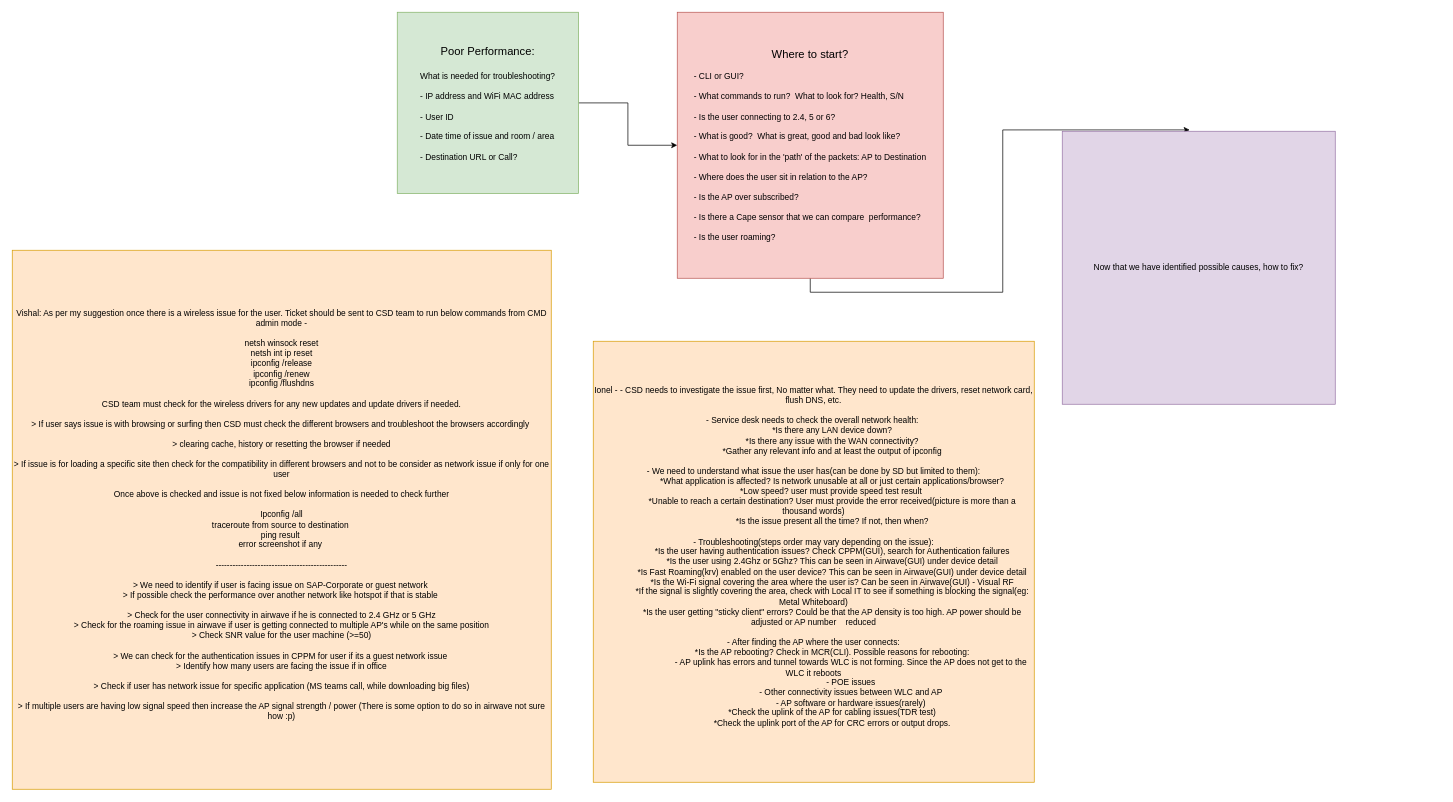
Earlier version of the draw.io diagram WLAN - Poor Performance.drawio (Lost-Ones/Draw.io). Source tidied: cells renumbered, new cells numbered last; positions are measured from the earlier drawing's top-left corner, leaving out a move shared by most shapes. Both pictures are drawn from the tidied source at 70%, with x=0, y=0 at pixel (12, 12).
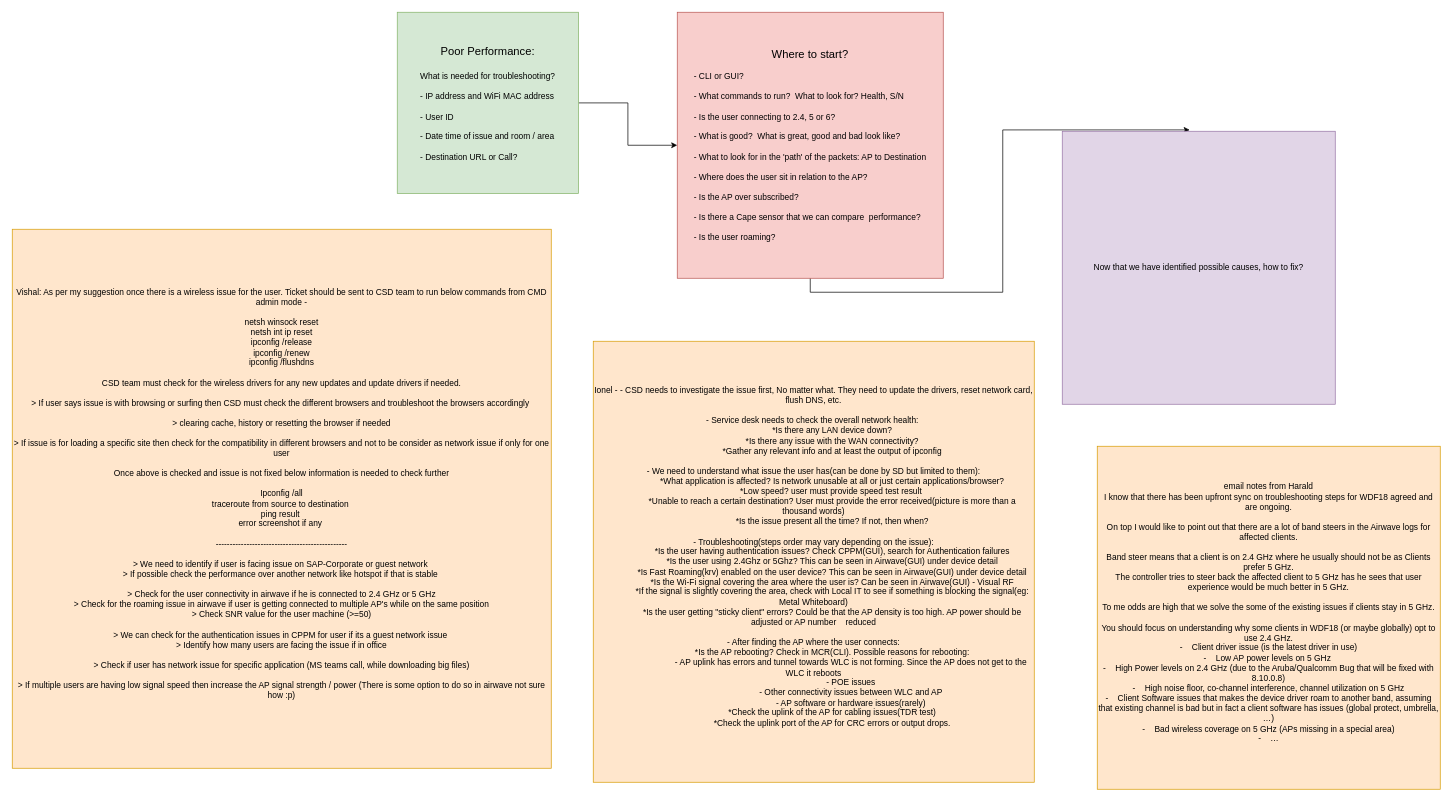
The same diagram, later.

Diff of the diagram source:
```diff
@@
 <mxGraphModel>
   <root>
     <mxCell id="0" />
     <mxCell id="1" parent="0" />
     <mxCell id="2" style="edgeStyle=orthogonalEdgeStyle;rounded=0;jettySize=auto;html=1;exitX=1;exitY=0.5;exitDx=0;exitDy=0;" parent="1" edge="1" source="3" target="5">
       <mxGeometry relative="1" as="geometry" />
     </mxCell>
     <mxCell id="3" value="&lt;font style=&quot;font-size: 16px;&quot;&gt;Poor Performance:&lt;br&gt;&lt;br&gt;&lt;/font&gt;What is needed for troubleshooting?&lt;br&gt;&lt;br&gt;&lt;div style=&quot;text-align: left;&quot;&gt;&lt;span style=&quot;background-color: initial;&quot;&gt;- IP address and WiFi MAC address&lt;/span&gt;&lt;/div&gt;&lt;div style=&quot;text-align: left;&quot;&gt;&lt;span style=&quot;background-color: initial;&quot;&gt;&lt;br&gt;&lt;/span&gt;&lt;/div&gt;&lt;div style=&quot;text-align: left;&quot;&gt;&lt;span style=&quot;background-color: initial;&quot;&gt;- User ID&lt;/span&gt;&lt;/div&gt;&lt;div style=&quot;text-align: left;&quot;&gt;&lt;span style=&quot;background-color: initial;&quot;&gt;&lt;br&gt;&lt;/span&gt;&lt;/div&gt;&lt;div style=&quot;text-align: left;&quot;&gt;&lt;span style=&quot;background-color: initial;&quot;&gt;- Date time of issue and room / area&lt;/span&gt;&lt;/div&gt;&lt;div style=&quot;text-align: left;&quot;&gt;&lt;span style=&quot;background-color: initial;&quot;&gt;&lt;br&gt;&lt;/span&gt;&lt;/div&gt;&lt;div style=&quot;text-align: left;&quot;&gt;&lt;span style=&quot;background-color: initial;&quot;&gt;- Destination URL or Call?&lt;/span&gt;&lt;/div&gt;" style="whiteSpace=wrap;html=1;fillColor=#d5e8d4;strokeColor=#82b366;" parent="1" vertex="1">
       <mxGeometry x="550" width="259" height="259" as="geometry" />
     </mxCell>
     <mxCell id="4" style="edgeStyle=orthogonalEdgeStyle;rounded=0;jettySize=auto;html=1;exitX=0.5;exitY=1;exitDx=0;exitDy=0;entryX=0.467;entryY=-0.005;entryDx=0;entryDy=0;entryPerimeter=0;" parent="1" edge="1" source="5" target="6">
       <mxGeometry relative="1" as="geometry" />
     </mxCell>
     <mxCell id="5" value="&lt;font style=&quot;font-size: 16px;&quot;&gt;Where to start? &lt;br&gt;&lt;/font&gt;&lt;br&gt;&lt;div style=&quot;text-align: left;&quot;&gt;&lt;span style=&quot;background-color: initial;&quot;&gt;- CLI or GUI?&lt;/span&gt;&lt;/div&gt;&lt;div style=&quot;text-align: left;&quot;&gt;&lt;span style=&quot;background-color: initial;&quot;&gt;&lt;br&gt;&lt;/span&gt;&lt;/div&gt;&lt;div style=&quot;text-align: left;&quot;&gt;&lt;span style=&quot;background-color: initial;&quot;&gt;- What commands to run?&amp;nbsp; What to look for? Health, S/N&lt;/span&gt;&lt;/div&gt;&lt;div style=&quot;text-align: left;&quot;&gt;&lt;span style=&quot;background-color: initial;&quot;&gt;&lt;br&gt;&lt;/span&gt;&lt;/div&gt;&lt;div style=&quot;text-align: left;&quot;&gt;&lt;span style=&quot;background-color: initial;&quot;&gt;- Is the user connecting to 2.4, 5 or 6?&amp;nbsp;&lt;/span&gt;&lt;/div&gt;&lt;div style=&quot;text-align: left;&quot;&gt;&lt;br&gt;&lt;/div&gt;&lt;div style=&quot;text-align: left;&quot;&gt;&lt;span style=&quot;background-color: initial;&quot;&gt;- What is good?&amp;nbsp; What is great, good and bad look like?&lt;/span&gt;&lt;/div&gt;&lt;div style=&quot;text-align: left;&quot;&gt;&lt;br&gt;&lt;/div&gt;&lt;div style=&quot;text-align: left;&quot;&gt;&lt;span style=&quot;background-color: initial;&quot;&gt;- What to look for in the 'path' of the packets: AP to Destination&lt;/span&gt;&lt;/div&gt;&lt;div style=&quot;text-align: left;&quot;&gt;&lt;span style=&quot;background-color: initial;&quot;&gt;&lt;br&gt;&lt;/span&gt;&lt;/div&gt;&lt;div style=&quot;text-align: left;&quot;&gt;&lt;span style=&quot;background-color: initial;&quot;&gt;- Where does the user sit in relation to the AP?&lt;/span&gt;&lt;/div&gt;&lt;div style=&quot;text-align: left;&quot;&gt;&lt;span style=&quot;background-color: initial;&quot;&gt;&lt;br&gt;&lt;/span&gt;&lt;/div&gt;&lt;div style=&quot;text-align: left;&quot;&gt;&lt;span style=&quot;background-color: initial;&quot;&gt;- Is the AP over subscribed?&lt;/span&gt;&lt;/div&gt;&lt;div style=&quot;text-align: left;&quot;&gt;&lt;span style=&quot;background-color: initial;&quot;&gt;&lt;br&gt;&lt;/span&gt;&lt;/div&gt;&lt;div style=&quot;text-align: left;&quot;&gt;&lt;span style=&quot;background-color: initial;&quot;&gt;- Is there a Cape sensor that we can compare&amp;nbsp; performance?&lt;/span&gt;&lt;/div&gt;&lt;div style=&quot;text-align: left;&quot;&gt;&lt;span style=&quot;background-color: initial;&quot;&gt;&lt;br&gt;&lt;/span&gt;&lt;/div&gt;&lt;div style=&quot;text-align: left;&quot;&gt;&lt;span style=&quot;background-color: initial;&quot;&gt;- Is the user roaming?&lt;/span&gt;&lt;/div&gt;" style="whiteSpace=wrap;html=1;fillColor=#f8cecc;strokeColor=#b85450;" parent="1" vertex="1">
       <mxGeometry x="950" width="380" height="380" as="geometry" />
     </mxCell>
     <mxCell id="6" value="Now that we have identified possible causes, how to fix?" style="whiteSpace=wrap;html=1;fillColor=#e1d5e7;strokeColor=#9673a6;" parent="1" vertex="1">
       <mxGeometry x="1500" y="170" width="390" height="390" as="geometry" />
     </mxCell>
     <mxCell id="7" value="&lt;div&gt;Vishal: As per my suggestion once there is a wireless issue for the user. Ticket should be sent to CSD team to run below commands from CMD admin mode -&lt;/div&gt;&lt;div&gt;&lt;br&gt;&lt;/div&gt;&lt;div&gt;netsh winsock reset&lt;/div&gt;&lt;div&gt;netsh int ip reset&lt;/div&gt;&lt;div&gt;ipconfig /release&lt;/div&gt;&lt;div&gt;ipconfig /renew&lt;/div&gt;&lt;div&gt;ipconfig /flushdns&lt;/div&gt;&lt;div&gt;&lt;br&gt;&lt;/div&gt;&lt;div&gt;CSD team must check for the wireless drivers for any new updates and update drivers if needed.&lt;/div&gt;&lt;div&gt;&lt;br&gt;&lt;/div&gt;&lt;div&gt;&amp;gt; If user says issue is with browsing or surfing then CSD must check the different browsers and troubleshoot the browsers accordingly&amp;nbsp;&lt;/div&gt;&lt;div&gt;&lt;br&gt;&lt;/div&gt;&lt;div&gt;&amp;gt; clearing cache, history or resetting the browser if needed&lt;/div&gt;&lt;div&gt;&lt;br&gt;&lt;/div&gt;&lt;div&gt;&amp;gt; If issue is for loading a specific site then check for the compatibility in different browsers and not to be consider as network issue if only for one user&lt;/div&gt;&lt;div&gt;&lt;br&gt;&lt;/div&gt;&lt;div&gt;Once above is checked and issue is not fixed below information is needed to check further&lt;/div&gt;&lt;div&gt;&lt;br&gt;&lt;/div&gt;&lt;div&gt;Ipconfig /all&lt;/div&gt;&lt;div&gt;traceroute from source to destination&amp;nbsp;&lt;/div&gt;&lt;div&gt;ping result&amp;nbsp;&lt;/div&gt;&lt;div&gt;error screenshot if any&amp;nbsp;&lt;/div&gt;&lt;div&gt;&lt;br&gt;&lt;/div&gt;&lt;div&gt;-----------------------------------------------&lt;/div&gt;&lt;div&gt;&lt;br&gt;&lt;/div&gt;&lt;div&gt;&amp;gt; We need to identify if user is facing issue on SAP-Corporate or guest network&amp;nbsp;&lt;/div&gt;&lt;div&gt;&amp;gt; If possible check the performance over another network like hotspot if that is stable&amp;nbsp;&lt;/div&gt;&lt;div&gt;&lt;br&gt;&lt;/div&gt;&lt;div&gt;&amp;gt; Check for the user connectivity in airwave if he is connected to 2.4 GHz or 5 GHz&lt;/div&gt;&lt;div&gt;&amp;gt; Check for the roaming issue in airwave if user is getting connected to multiple AP's while on the same position&lt;/div&gt;&lt;div&gt;&amp;gt; Check SNR value for the user machine (&amp;gt;=50)&lt;/div&gt;&lt;div&gt;&lt;br&gt;&lt;/div&gt;&lt;div&gt;&amp;gt; We can check for the authentication issues in CPPM for user if its a guest network issue&amp;nbsp;&lt;/div&gt;&lt;div&gt;&amp;gt; Identify how many users are facing the issue if in office&lt;/div&gt;&lt;div&gt;&lt;br&gt;&lt;/div&gt;&lt;div&gt;&amp;gt; Check if user has network issue for specific application (MS teams call, while downloading big files)&lt;/div&gt;&lt;div&gt;&lt;br&gt;&lt;/div&gt;&lt;div&gt;&amp;gt; If multiple users are having low signal speed then increase the AP signal strength / power (There is some option to do so in airwave not sure how :p)&lt;/div&gt;&lt;div&gt;&lt;br&gt;&lt;/div&gt;" style="whiteSpace=wrap;html=1;fillColor=#ffe6cc;strokeColor=#d79b00;" parent="1" vertex="1">
-      <mxGeometry y="340" width="770" height="770" as="geometry" />
+      <mxGeometry y="310" width="770" height="770" as="geometry" />
     </mxCell>
     <mxCell id="8" value="Ionel -&amp;nbsp;- CSD needs to investigate the issue first, No matter what. They need to update the drivers, reset network card, flush DNS, etc.&lt;div&gt;&lt;br&gt;&lt;/div&gt;&lt;div&gt;- Service desk needs to check the overall network health:&amp;nbsp;&lt;/div&gt;&lt;div&gt;&amp;nbsp; &amp;nbsp; &amp;nbsp; &amp;nbsp; &amp;nbsp; &amp;nbsp; &amp;nbsp; &amp;nbsp; *Is there any LAN device down?&lt;/div&gt;&lt;div&gt;&amp;nbsp; &amp;nbsp; &amp;nbsp; &amp;nbsp; &amp;nbsp; &amp;nbsp; &amp;nbsp; &amp;nbsp; *Is there any issue with the WAN connectivity?&lt;/div&gt;&lt;div&gt;&amp;nbsp; &amp;nbsp; &amp;nbsp; &amp;nbsp; &amp;nbsp; &amp;nbsp; &amp;nbsp; &amp;nbsp; *Gather any relevant info and at least the output of ipconfig&lt;/div&gt;&lt;div&gt;&lt;br&gt;&lt;/div&gt;&lt;div&gt;- We need to understand what issue the user has(can be done by SD but limited to them):&lt;/div&gt;&lt;div&gt;&amp;nbsp; &amp;nbsp; &amp;nbsp; &amp;nbsp; &amp;nbsp; &amp;nbsp; &amp;nbsp; &amp;nbsp; *What application is affected? Is network unusable at all or just certain applications/browser?&lt;/div&gt;&lt;div&gt;&amp;nbsp; &amp;nbsp; &amp;nbsp; &amp;nbsp; &amp;nbsp; &amp;nbsp; &amp;nbsp; &amp;nbsp;*Low speed? user must provide speed test result&lt;/div&gt;&lt;div&gt;&amp;nbsp; &amp;nbsp; &amp;nbsp; &amp;nbsp; &amp;nbsp; &amp;nbsp; &amp;nbsp; &amp;nbsp; *Unable to reach a certain destination? User must provide the error received(picture is more than a thousand words)&lt;/div&gt;&lt;div&gt;&amp;nbsp; &amp;nbsp; &amp;nbsp; &amp;nbsp; &amp;nbsp; &amp;nbsp; &amp;nbsp; &amp;nbsp; *Is the issue present all the time? If not, then when?&lt;/div&gt;&lt;div&gt;&lt;br&gt;&lt;/div&gt;&lt;div&gt;- Troubleshooting(steps order may vary depending on the issue):&lt;/div&gt;&lt;div&gt;&amp;nbsp; &amp;nbsp; &amp;nbsp; &amp;nbsp; &amp;nbsp; &amp;nbsp; &amp;nbsp; &amp;nbsp; *Is the user having authentication issues? Check CPPM(GUI), search for Authentication failures&lt;/div&gt;&lt;div&gt;&amp;nbsp; &amp;nbsp; &amp;nbsp; &amp;nbsp; &amp;nbsp; &amp;nbsp; &amp;nbsp; &amp;nbsp; *Is the user using 2.4Ghz or 5Ghz? This can be seen in Airwave(GUI) under device detail&lt;/div&gt;&lt;div&gt;&amp;nbsp; &amp;nbsp; &amp;nbsp; &amp;nbsp; &amp;nbsp; &amp;nbsp; &amp;nbsp; &amp;nbsp; *Is Fast Roaming(krv) enabled on the user device? This can be seen in Airwave(GUI) under device detail&lt;/div&gt;&lt;div&gt;&amp;nbsp; &amp;nbsp; &amp;nbsp; &amp;nbsp; &amp;nbsp; &amp;nbsp; &amp;nbsp; &amp;nbsp; *Is the Wi-Fi signal covering the area where the user is? Can be seen in Airwave(GUI) - Visual RF&lt;/div&gt;&lt;div&gt;&amp;nbsp; &amp;nbsp; &amp;nbsp; &amp;nbsp; &amp;nbsp; &amp;nbsp; &amp;nbsp; &amp;nbsp; *If the signal is slightly covering the area, check with Local IT to see if something is blocking the signal(eg: Metal Whiteboard)&lt;/div&gt;&lt;div&gt;&amp;nbsp; &amp;nbsp; &amp;nbsp; &amp;nbsp; &amp;nbsp; &amp;nbsp; &amp;nbsp; &amp;nbsp; *Is the user getting &quot;sticky client&quot; errors? Could be that the AP density is too high. AP power should be adjusted or AP number&amp;nbsp; &amp;nbsp; reduced&lt;/div&gt;&lt;div&gt;&lt;br&gt;&lt;/div&gt;&lt;div&gt;- After finding the AP where the user connects:&lt;/div&gt;&lt;div&gt;&amp;nbsp; &amp;nbsp; &amp;nbsp; &amp;nbsp; &amp;nbsp; &amp;nbsp; &amp;nbsp; &amp;nbsp; *Is the AP rebooting? Check in MCR(CLI). Possible reasons for rebooting:&lt;/div&gt;&lt;div&gt;&amp;nbsp; &amp;nbsp; &amp;nbsp; &amp;nbsp; &amp;nbsp; &amp;nbsp; &amp;nbsp; &amp;nbsp; &amp;nbsp; &amp;nbsp; &amp;nbsp; &amp;nbsp; &amp;nbsp; &amp;nbsp; &amp;nbsp; &amp;nbsp; - AP uplink has errors and tunnel towards WLC is not forming. Since the AP does not get to the WLC it reboots&lt;/div&gt;&lt;div&gt;&amp;nbsp; &amp;nbsp; &amp;nbsp; &amp;nbsp; &amp;nbsp; &amp;nbsp; &amp;nbsp; &amp;nbsp; &amp;nbsp; &amp;nbsp; &amp;nbsp; &amp;nbsp; &amp;nbsp; &amp;nbsp; &amp;nbsp; &amp;nbsp; - POE issues&lt;/div&gt;&lt;div&gt;&amp;nbsp; &amp;nbsp; &amp;nbsp; &amp;nbsp; &amp;nbsp; &amp;nbsp; &amp;nbsp; &amp;nbsp; &amp;nbsp; &amp;nbsp; &amp;nbsp; &amp;nbsp; &amp;nbsp; &amp;nbsp; &amp;nbsp; &amp;nbsp; - Other connectivity issues between WLC and AP&lt;/div&gt;&lt;div&gt;&amp;nbsp; &amp;nbsp; &amp;nbsp; &amp;nbsp; &amp;nbsp; &amp;nbsp; &amp;nbsp; &amp;nbsp; &amp;nbsp; &amp;nbsp; &amp;nbsp; &amp;nbsp; &amp;nbsp; &amp;nbsp; &amp;nbsp; &amp;nbsp; - AP software or hardware issues(rarely)&lt;/div&gt;&lt;div&gt;&amp;nbsp; &amp;nbsp; &amp;nbsp; &amp;nbsp; &amp;nbsp; &amp;nbsp; &amp;nbsp; &amp;nbsp; *Check the uplink of the AP for cabling issues(TDR test)&lt;/div&gt;&lt;div&gt;&amp;nbsp; &amp;nbsp; &amp;nbsp; &amp;nbsp; &amp;nbsp; &amp;nbsp; &amp;nbsp; &amp;nbsp; *Check the uplink port of the AP for CRC errors or output drops.&lt;/div&gt;&lt;div&gt;&lt;br&gt;&lt;/div&gt;" style="whiteSpace=wrap;html=1;fillColor=#ffe6cc;strokeColor=#d79b00;" parent="1" vertex="1">
       <mxGeometry x="830" y="470" width="630" height="630" as="geometry" />
     </mxCell>
+    <mxCell id="9" value="email notes from Harald&lt;br&gt;&lt;div&gt;I know that there has been upfront sync on troubleshooting steps for WDF18 agreed and are ongoing.&lt;/div&gt;&lt;div&gt;&lt;br&gt;&lt;/div&gt;&lt;div&gt;On top I would like to point out that there are a lot of band steers in the Airwave logs for affected clients.&lt;/div&gt;&lt;div&gt;&lt;br&gt;&lt;/div&gt;&lt;div&gt;Band steer means that a client is on 2.4 GHz where he usually should not be as Clients prefer 5 GHz.&lt;/div&gt;&lt;div&gt;The controller tries to steer back the affected client to 5 GHz has he sees that user experience would be much better in 5 GHz.&lt;/div&gt;&lt;div&gt;&lt;br&gt;&lt;/div&gt;&lt;div&gt;To me odds are high that we solve the some of the existing issues if clients stay in 5 GHz.&lt;/div&gt;&lt;div&gt;&lt;br&gt;&lt;/div&gt;&lt;div&gt;You should focus on understanding why some clients in WDF18 (or maybe globally) opt to use 2.4 GHz.&lt;/div&gt;&lt;div&gt;-&lt;span style=&quot;white-space: pre;&quot;&gt;&amp;nbsp;&amp;nbsp;&amp;nbsp;&amp;nbsp;&lt;/span&gt;Client driver issue (is the latest driver in use)&lt;/div&gt;&lt;div&gt;-&lt;span style=&quot;&quot;&gt;&lt;span style=&quot;white-space: pre;&quot;&gt;&amp;nbsp;&amp;nbsp;&amp;nbsp;&amp;nbsp;&lt;/span&gt;&lt;/span&gt;Low AP power levels on 5 GHz&amp;nbsp;&lt;/div&gt;&lt;div&gt;-&lt;span style=&quot;&quot;&gt;&lt;span style=&quot;white-space: pre;&quot;&gt;&amp;nbsp;&amp;nbsp;&amp;nbsp;&amp;nbsp;&lt;/span&gt;&lt;/span&gt;High Power levels on 2.4 GHz (due to the Aruba/Qualcomm Bug that will be fixed with 8.10.0.8)&lt;/div&gt;&lt;div&gt;-&lt;span style=&quot;&quot;&gt;&lt;span style=&quot;white-space: pre;&quot;&gt;&amp;nbsp;&amp;nbsp;&amp;nbsp;&amp;nbsp;&lt;/span&gt;&lt;/span&gt;High noise floor, co-channel interference, channel utilization on 5 GHz&lt;/div&gt;&lt;div&gt;-&lt;span style=&quot;&quot;&gt;&lt;span style=&quot;white-space: pre;&quot;&gt;&amp;nbsp;&amp;nbsp;&amp;nbsp;&amp;nbsp;&lt;/span&gt;&lt;/span&gt;Client Software issues that makes the device driver roam to another band, assuming that existing channel is bad but in fact a client software has issues (global protect, umbrella, …)&lt;/div&gt;&lt;div&gt;-&lt;span style=&quot;&quot;&gt;&lt;span style=&quot;white-space: pre;&quot;&gt;&amp;nbsp;&amp;nbsp;&amp;nbsp;&amp;nbsp;&lt;/span&gt;&lt;/span&gt;Bad wireless coverage on 5 GHz (APs missing in a special area)&lt;/div&gt;&lt;div&gt;-&lt;span style=&quot;&quot;&gt;&lt;span style=&quot;white-space: pre;&quot;&gt;&amp;nbsp;&amp;nbsp;&amp;nbsp;&amp;nbsp;&lt;/span&gt;&lt;/span&gt;…&lt;/div&gt;&lt;div&gt;&lt;br&gt;&lt;/div&gt;" style="whiteSpace=wrap;html=1;fillColor=#ffe6cc;strokeColor=#d79b00;" parent="1" vertex="1">
+      <mxGeometry x="1550" y="620" width="490" height="490" as="geometry" />
+    </mxCell>
   </root>
 </mxGraphModel>
```
